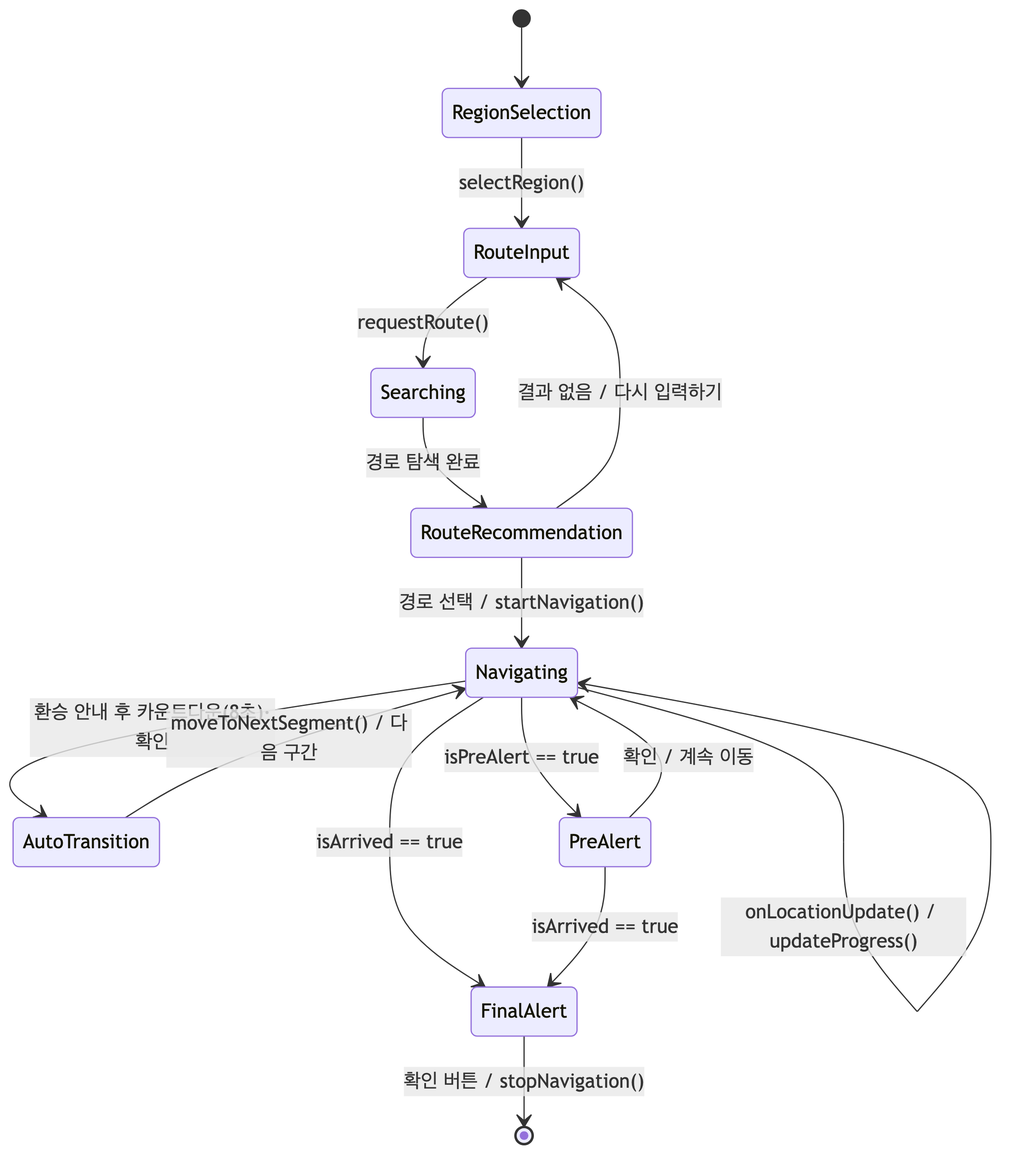
Before: images/state-machine.png, a diagram exported from Mermaid (moonchanju/adigasu). Its source is kept beside it as diagrams/state-machine.mmd. The source it was exported from:
```mermaid
stateDiagram-v2
  [*] --> RegionSelection
  RegionSelection --> RouteInput : selectRegion()
  RouteInput --> Searching : requestRoute()
  Searching --> RouteRecommendation : 경로 탐색 완료
  RouteRecommendation --> RouteInput : 결과 없음 / 다시 입력하기
  RouteRecommendation --> Navigating : 경로 선택 / startNavigation()
  Navigating --> Navigating : onLocationUpdate() / updateProgress()
  Navigating --> AutoTransition : 환승 안내 후 카운트다운(8초)·확인
  AutoTransition --> Navigating : moveToNextSegment() / 다음 구간
  Navigating --> PreAlert : isPreAlert == true
  PreAlert --> Navigating : 확인 / 계속 이동
  Navigating --> FinalAlert : isArrived == true
  PreAlert --> FinalAlert : isArrived == true
  FinalAlert --> [*] : 확인 버튼 / stopNavigation()
```
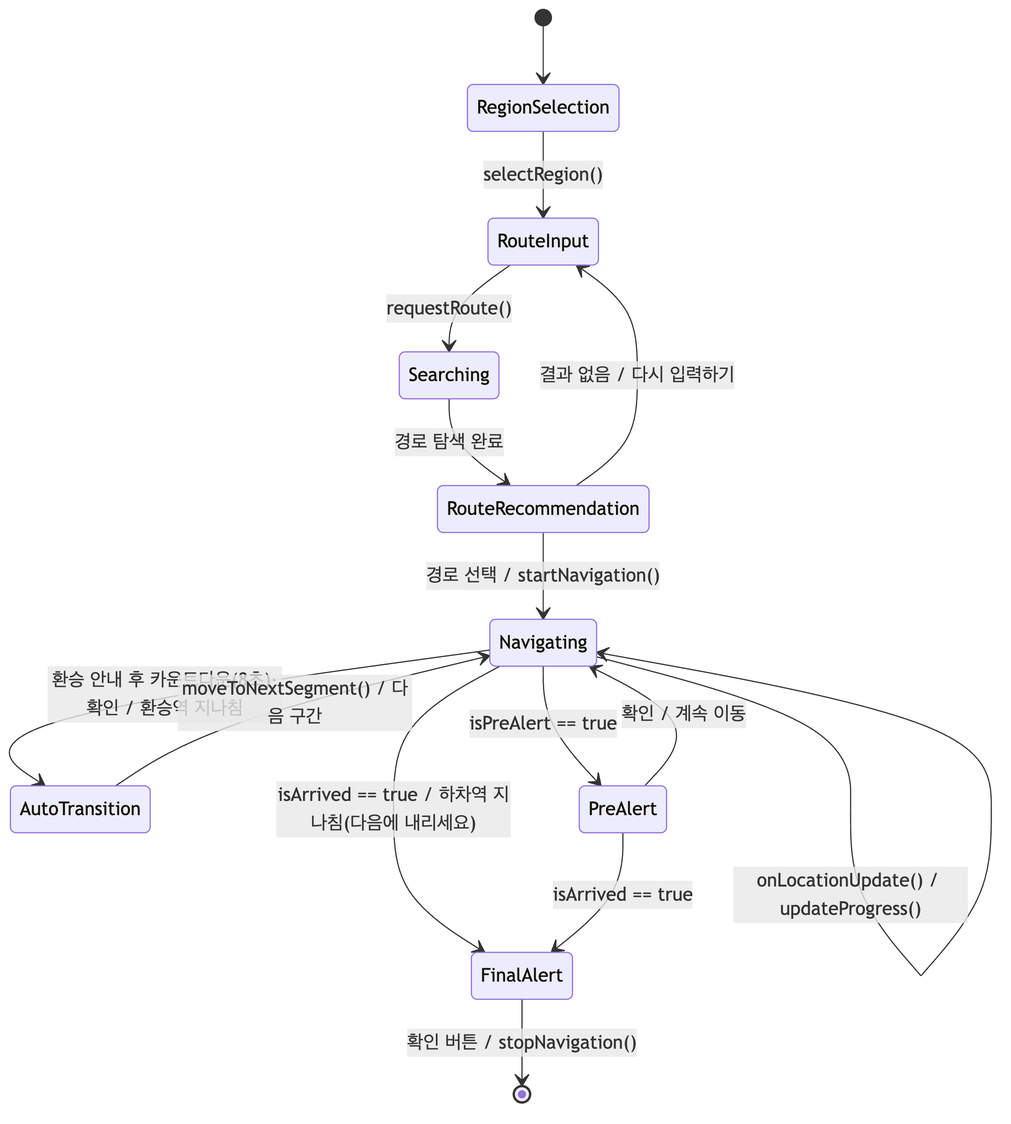
Above is the later version.

The edit, as a diff of the source:
```diff
@@ -6,10 +6,10 @@
   RouteRecommendation --> RouteInput : 결과 없음 / 다시 입력하기
   RouteRecommendation --> Navigating : 경로 선택 / startNavigation()
   Navigating --> Navigating : onLocationUpdate() / updateProgress()
-  Navigating --> AutoTransition : 환승 안내 후 카운트다운(8초)·확인
+  Navigating --> AutoTransition : 환승 안내 후 카운트다운(8초)·확인 / 환승역 지나침
   AutoTransition --> Navigating : moveToNextSegment() / 다음 구간
   Navigating --> PreAlert : isPreAlert == true
   PreAlert --> Navigating : 확인 / 계속 이동
-  Navigating --> FinalAlert : isArrived == true
+  Navigating --> FinalAlert : isArrived == true / 하차역 지나침(다음에 내리세요)
   PreAlert --> FinalAlert : isArrived == true
   FinalAlert --> [*] : 확인 버튼 / stopNavigation()
```
